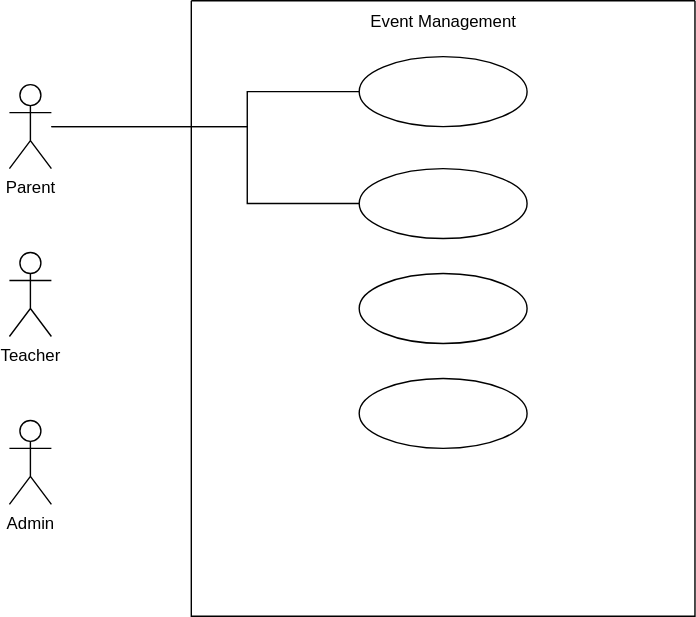
This is event_management_usecase.drawio.svg from SethabaAT/test-use-cases-md, a draw.io export, as it was before one commit. Source tidied: cells renumbered, new cells last; positions are measured from the earlier drawing's top-left corner, leaving out a move shared by most shapes. Source of this version:
```xml
<mxGraphModel>
  <root>
    <mxCell id="0" />
    <mxCell id="1" parent="0" />
    <mxCell id="2" value="Parent" style="shape=umlActor;verticalLabelPosition=bottom;verticalAlign=top;html=1;outlineConnect=0;" parent="1" vertex="1">
      <mxGeometry y="60" width="30" height="60" as="geometry" />
    </mxCell>
    <mxCell id="3" value="Teacher" style="shape=umlActor;verticalLabelPosition=bottom;verticalAlign=top;html=1;outlineConnect=0;" parent="1" vertex="1">
      <mxGeometry y="180" width="30" height="60" as="geometry" />
    </mxCell>
    <mxCell id="4" value="Admin" style="shape=umlActor;verticalLabelPosition=bottom;verticalAlign=top;html=1;" parent="1" vertex="1">
      <mxGeometry y="300" width="30" height="60" as="geometry" />
    </mxCell>
    <mxCell id="5" style="swimlane;startSize=0;" parent="1" vertex="1">
      <mxGeometry x="130" width="360" height="440" as="geometry" />
    </mxCell>
    <mxCell id="6" style="ellipse;whiteSpace=wrap;html=1;" parent="5" vertex="1">
      <mxGeometry x="120" y="40" width="120" height="50" as="geometry" />
    </mxCell>
    <mxCell id="7" style="ellipse;whiteSpace=wrap;html=1;" parent="5" vertex="1">
      <mxGeometry x="120" y="120" width="120" height="50" as="geometry" />
    </mxCell>
    <mxCell id="8" style="ellipse;whiteSpace=wrap;html=1;" parent="5" vertex="1">
      <mxGeometry x="120" y="195" width="120" height="50" as="geometry" />
    </mxCell>
    <mxCell id="9" style="ellipse;whiteSpace=wrap;html=1;" parent="5" vertex="1">
      <mxGeometry x="120" y="270" width="120" height="50" as="geometry" />
    </mxCell>
    <mxCell id="10" value="Event Management" style="text;html=1;align=center;verticalAlign=middle;strokeColor=none;fillColor=none;" parent="5" vertex="1">
      <mxGeometry x="115" width="130" height="30" as="geometry" />
    </mxCell>
    <mxCell id="11" style="endArrow=none;html=1;rounded=0;edgeStyle=orthogonalEdgeStyle;" parent="1" edge="1" source="2" target="6">
      <mxGeometry relative="1" as="geometry">
        <Array as="points">
          <mxPoint x="170" y="90" />
          <mxPoint x="170" y="65" />
        </Array>
      </mxGeometry>
    </mxCell>
    <mxCell id="12" style="endArrow=none;html=1;rounded=0;entryX=0;entryY=0.5;entryDx=0;entryDy=0;edgeStyle=orthogonalEdgeStyle;" parent="1" edge="1" source="2" target="7">
      <mxGeometry relative="1" as="geometry">
        <Array as="points">
          <mxPoint x="170" y="90" />
          <mxPoint x="170" y="145" />
        </Array>
      </mxGeometry>
    </mxCell>
  </root>
</mxGraphModel>
```
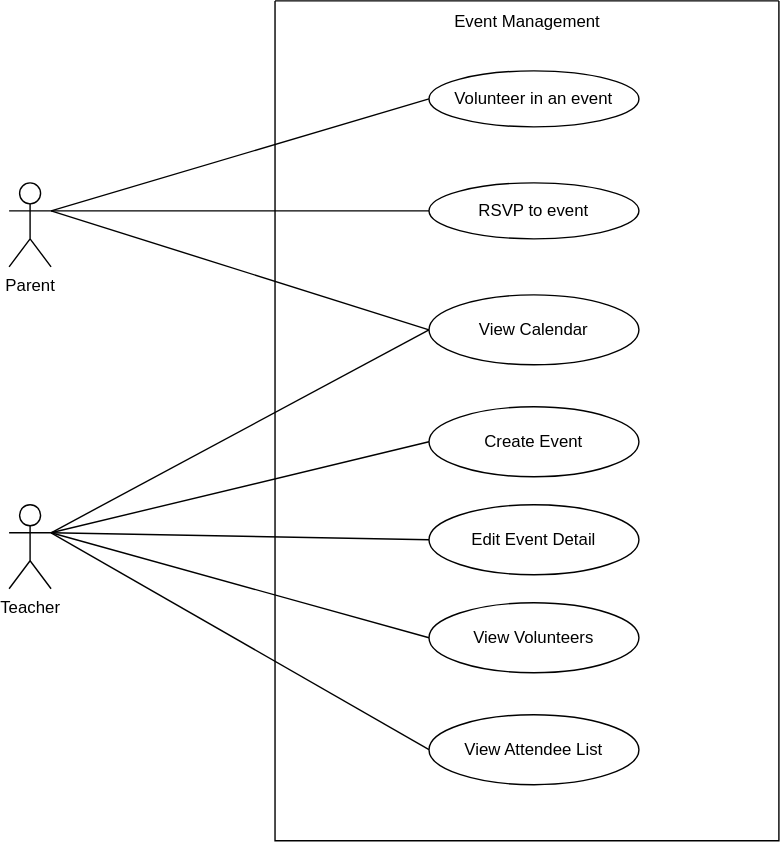
The same diagram one commit later.

Commit message:
Update: Using Straight Line event_management_usecase.drawio.svg

The edit, as a diff of the source:
```diff
@@ -2,48 +2,64 @@
   <root>
     <mxCell id="0" />
     <mxCell id="1" parent="0" />
+    <mxCell id="3" value="Teacher" style="shape=umlActor;verticalLabelPosition=bottom;verticalAlign=top;html=1;outlineConnect=0;" parent="1" vertex="1">
+      <mxGeometry x="-40" y="360" width="30" height="60" as="geometry" />
+    </mxCell>
+    <mxCell id="5" style="swimlane;startSize=0;" parent="1" vertex="1">
+      <mxGeometry x="150" width="360" height="600" as="geometry" />
+    </mxCell>
+    <mxCell id="10" value="Event Management" style="text;html=1;align=center;verticalAlign=middle;strokeColor=none;fillColor=none;" parent="5" vertex="1">
+      <mxGeometry x="115" width="130" height="30" as="geometry" />
+    </mxCell>
-    <mxCell id="2" value="Parent" style="shape=umlActor;verticalLabelPosition=bottom;verticalAlign=top;html=1;outlineConnect=0;" parent="1" vertex="1">
-      <mxGeometry y="60" width="30" height="60" as="geometry" />
+    <mxCell id="2" value="Parent" style="shape=umlActor;verticalLabelPosition=bottom;verticalAlign=top;html=1;outlineConnect=0;" parent="5" vertex="1">
+      <mxGeometry x="-190" y="130" width="30" height="60" as="geometry" />
     </mxCell>
-    <mxCell id="3" value="Teacher" style="shape=umlActor;verticalLabelPosition=bottom;verticalAlign=top;html=1;outlineConnect=0;" parent="1" vertex="1">
-      <mxGeometry y="180" width="30" height="60" as="geometry" />
-    </mxCell>
-    <mxCell id="4" value="Admin" style="shape=umlActor;verticalLabelPosition=bottom;verticalAlign=top;html=1;" parent="1" vertex="1">
-      <mxGeometry y="300" width="30" height="60" as="geometry" />
-    </mxCell>
-    <mxCell id="5" style="swimlane;startSize=0;" parent="1" vertex="1">
-      <mxGeometry x="130" width="360" height="440" as="geometry" />
-    </mxCell>
-    <mxCell id="6" style="ellipse;whiteSpace=wrap;html=1;" parent="5" vertex="1">
-      <mxGeometry x="120" y="40" width="120" height="50" as="geometry" />
+    <mxCell id="6" value="Volunteer in an event" style="ellipse;whiteSpace=wrap;html=1;" parent="5" vertex="1">
+      <mxGeometry x="110" y="50" width="150" height="40" as="geometry" />
     </mxCell>
-    <mxCell id="7" style="ellipse;whiteSpace=wrap;html=1;" parent="5" vertex="1">
-      <mxGeometry x="120" y="120" width="120" height="50" as="geometry" />
+    <mxCell id="7" value="RSVP to event" style="ellipse;whiteSpace=wrap;html=1;" parent="5" vertex="1">
+      <mxGeometry x="110" y="130" width="150" height="40" as="geometry" />
     </mxCell>
-    <mxCell id="8" style="ellipse;whiteSpace=wrap;html=1;" parent="5" vertex="1">
-      <mxGeometry x="120" y="195" width="120" height="50" as="geometry" />
+    <mxCell id="8" value="View Calendar" style="ellipse;whiteSpace=wrap;html=1;" parent="5" vertex="1">
+      <mxGeometry x="110" y="210" width="150" height="50" as="geometry" />
     </mxCell>
-    <mxCell id="9" style="ellipse;whiteSpace=wrap;html=1;" parent="5" vertex="1">
-      <mxGeometry x="120" y="270" width="120" height="50" as="geometry" />
-    </mxCell>
-    <mxCell id="10" value="Event Management" style="text;html=1;align=center;verticalAlign=middle;strokeColor=none;fillColor=none;" parent="5" vertex="1">
-      <mxGeometry x="115" width="130" height="30" as="geometry" />
-    </mxCell>
-    <mxCell id="11" style="endArrow=none;html=1;rounded=0;edgeStyle=orthogonalEdgeStyle;" parent="1" edge="1" source="2" target="6">
-      <mxGeometry relative="1" as="geometry">
-        <Array as="points">
-          <mxPoint x="170" y="90" />
-          <mxPoint x="170" y="65" />
-        </Array>
-      </mxGeometry>
+    <mxCell id="11" style="endArrow=none;html=1;rounded=0;exitX=1;exitY=0.3333333333333333;exitDx=0;exitDy=0;exitPerimeter=0;entryX=0;entryY=0.5;entryDx=0;entryDy=0;" parent="5" edge="1" source="2" target="6">
+      <mxGeometry relative="1" as="geometry" />
     </mxCell>
-    <mxCell id="12" style="endArrow=none;html=1;rounded=0;entryX=0;entryY=0.5;entryDx=0;entryDy=0;edgeStyle=orthogonalEdgeStyle;" parent="1" edge="1" source="2" target="7">
-      <mxGeometry relative="1" as="geometry">
-        <Array as="points">
-          <mxPoint x="170" y="90" />
-          <mxPoint x="170" y="145" />
-        </Array>
-      </mxGeometry>
+    <mxCell id="12" style="endArrow=none;html=1;rounded=0;entryX=0;entryY=0.5;entryDx=0;entryDy=0;exitX=1;exitY=0.3333333333333333;exitDx=0;exitDy=0;exitPerimeter=0;" parent="5" edge="1" source="2" target="7">
+      <mxGeometry relative="1" as="geometry" />
     </mxCell>
+    <mxCell id="13" style="endArrow=none;html=1;rounded=0;exitX=1;exitY=0.3333333333333333;exitDx=0;exitDy=0;exitPerimeter=0;entryX=0;entryY=0.5;entryDx=0;entryDy=0;" parent="5" edge="1" source="2" target="8">
+      <mxGeometry relative="1" as="geometry" />
+    </mxCell>
+    <mxCell id="14" value="Create Event" style="ellipse;whiteSpace=wrap;html=1;" parent="5" vertex="1">
+      <mxGeometry x="110" y="290" width="150" height="50" as="geometry" />
+    </mxCell>
+    <mxCell id="15" value="Edit Event Detail" style="ellipse;whiteSpace=wrap;html=1;" parent="5" vertex="1">
+      <mxGeometry x="110" y="360" width="150" height="50" as="geometry" />
+    </mxCell>
+    <mxCell id="16" value="View Volunteers" style="ellipse;whiteSpace=wrap;html=1;" parent="5" vertex="1">
+      <mxGeometry x="110" y="430" width="150" height="50" as="geometry" />
+    </mxCell>
+    <mxCell id="17" value="View Attendee List" style="ellipse;whiteSpace=wrap;html=1;" parent="5" vertex="1">
+      <mxGeometry x="110" y="510" width="150" height="50" as="geometry" />
+    </mxCell>
+    <mxCell id="18" style="endArrow=none;html=1;rounded=0;exitX=1;exitY=0.3333333333333333;exitDx=0;exitDy=0;exitPerimeter=0;" parent="1" edge="1" source="3">
+      <mxGeometry relative="1" as="geometry">
+        <mxPoint x="260" y="235" as="targetPoint" />
+      </mxGeometry>
+    </mxCell>
+    <mxCell id="19" style="endArrow=none;html=1;rounded=0;entryX=0;entryY=0.5;entryDx=0;entryDy=0;exitX=1;exitY=0.3333333333333333;exitDx=0;exitDy=0;exitPerimeter=0;" parent="1" edge="1" source="3" target="14">
+      <mxGeometry relative="1" as="geometry" />
+    </mxCell>
+    <mxCell id="20" style="endArrow=none;html=1;rounded=0;entryX=0;entryY=0.5;entryDx=0;entryDy=0;exitX=1;exitY=0.3333333333333333;exitDx=0;exitDy=0;exitPerimeter=0;" parent="1" edge="1" source="3" target="15">
+      <mxGeometry relative="1" as="geometry" />
+    </mxCell>
+    <mxCell id="21" style="endArrow=none;html=1;rounded=0;exitX=1;exitY=0.3333333333333333;exitDx=0;exitDy=0;exitPerimeter=0;entryX=0;entryY=0.5;entryDx=0;entryDy=0;" parent="1" edge="1" source="3" target="16">
+      <mxGeometry relative="1" as="geometry" />
+    </mxCell>
+    <mxCell id="22" style="endArrow=none;html=1;rounded=0;entryX=0;entryY=0.5;entryDx=0;entryDy=0;exitX=1;exitY=0.3333333333333333;exitDx=0;exitDy=0;exitPerimeter=0;" parent="1" edge="1" source="3" target="17">
+      <mxGeometry relative="1" as="geometry" />
+    </mxCell>
   </root>
 </mxGraphModel>
```
